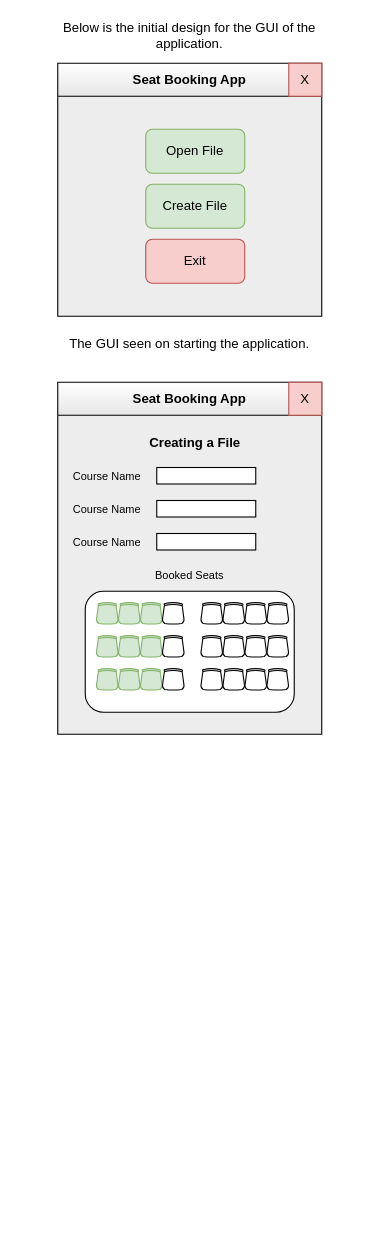
Above: GUI Mockup.drawio in AlenKrga/CourseBookingDFD (draw.io), before the change. Source tidied: cells renumbered, new cells numbered last; positions are measured from the earlier drawing's top-left corner, leaving out a move shared by most shapes. Both pictures are drawn from the tidied source at 110%, with x=0, y=0 at pixel (57, 19).
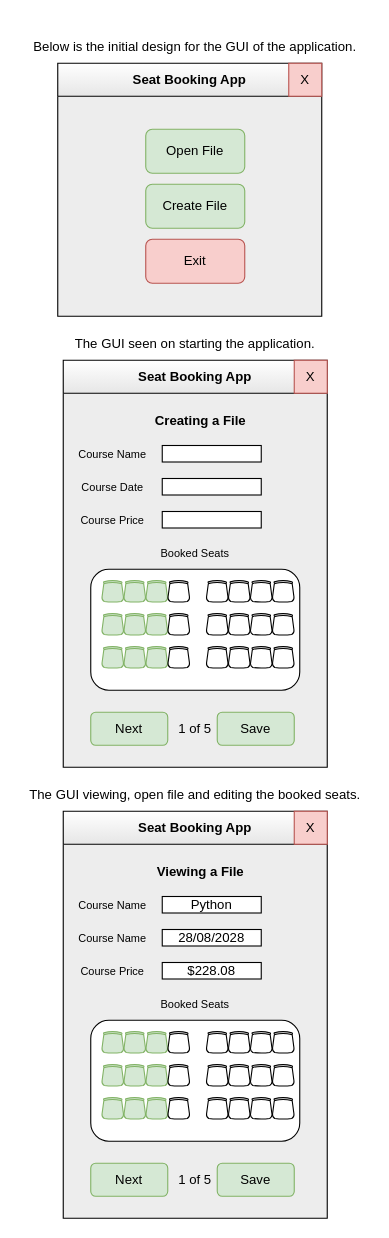
Above is the later version.

What changed in the source:
```diff
@@
     <mxCell id="7" value="Below is the initial design for the GUI of the application." style="text;html=1;strokeColor=none;fillColor=none;align=center;verticalAlign=middle;whiteSpace=wrap;rounded=0;" parent="1" vertex="1">
-      <mxGeometry width="240" height="30" as="geometry" />
+      <mxGeometry x="-25" y="10" width="300" height="30" as="geometry" />
     </mxCell>
     <mxCell id="8" value="Seat Booking App" style="swimlane;whiteSpace=wrap;html=1;startSize=30;gradientColor=#E6E6E6;fillColor=default;swimlaneFillColor=#EDEDED;gradientDirection=south;" parent="1" vertex="1">
-      <mxGeometry y="330" width="240" height="320" as="geometry" />
+      <mxGeometry x="5" y="310" width="240" height="370" as="geometry" />
     </mxCell>
@@
-    <mxCell id="12" value="&lt;font style=&quot;font-size: 10px;&quot;&gt;Course Name&lt;/font&gt;" style="text;html=1;strokeColor=none;fillColor=none;align=center;verticalAlign=middle;whiteSpace=wrap;rounded=0;" parent="8" vertex="1">
+    <mxCell id="12" value="&lt;font style=&quot;font-size: 10px;&quot;&gt;Course Date&lt;/font&gt;" style="text;html=1;strokeColor=none;fillColor=none;align=center;verticalAlign=middle;whiteSpace=wrap;rounded=0;" parent="8" vertex="1">
       <mxGeometry y="100" width="90" height="30" as="geometry" />
     </mxCell>
-    <mxCell id="13" value="&lt;font style=&quot;font-size: 10px;&quot;&gt;Course Name&lt;/font&gt;" style="text;html=1;strokeColor=none;fillColor=none;align=center;verticalAlign=middle;whiteSpace=wrap;rounded=0;" parent="8" vertex="1">
+    <mxCell id="13" value="&lt;font style=&quot;font-size: 10px;&quot;&gt;Course Price&lt;/font&gt;" style="text;html=1;strokeColor=none;fillColor=none;align=center;verticalAlign=middle;whiteSpace=wrap;rounded=0;" parent="8" vertex="1">
       <mxGeometry y="130" width="90" height="30" as="geometry" />
     </mxCell>
@@
+    <mxCell id="44" value="Next" style="rounded=1;whiteSpace=wrap;html=1;fillColor=#d5e8d4;strokeColor=#82b366;" parent="8" vertex="1">
+      <mxGeometry x="25" y="320" width="70" height="30" as="geometry" />
+    </mxCell>
+    <mxCell id="45" value="Save" style="rounded=1;whiteSpace=wrap;html=1;fillColor=#d5e8d4;strokeColor=#82b366;" parent="8" vertex="1">
+      <mxGeometry x="140" y="320" width="70" height="30" as="geometry" />
+    </mxCell>
+    <mxCell id="46" value="1 of 5" style="text;html=1;strokeColor=none;fillColor=none;align=center;verticalAlign=middle;whiteSpace=wrap;rounded=0;" parent="8" vertex="1">
+      <mxGeometry x="100" y="325" width="40" height="20" as="geometry" />
+    </mxCell>
     <mxCell id="43" value="The GUI seen on starting the application." style="text;html=1;strokeColor=none;fillColor=none;align=center;verticalAlign=middle;whiteSpace=wrap;rounded=0;" parent="1" vertex="1">
-      <mxGeometry y="280" width="240" height="30" as="geometry" />
+      <mxGeometry x="5" y="280" width="240" height="30" as="geometry" />
     </mxCell>
+    <mxCell id="47" value="Seat Booking App" style="swimlane;whiteSpace=wrap;html=1;startSize=30;gradientColor=#E6E6E6;fillColor=default;swimlaneFillColor=#EDEDED;gradientDirection=south;" parent="1" vertex="1">
+      <mxGeometry x="5" y="720" width="240" height="370" as="geometry" />
+    </mxCell>
+    <mxCell id="48" value="X" style="whiteSpace=wrap;html=1;fillColor=#f8cecc;strokeColor=#b85450;" parent="47" vertex="1">
+      <mxGeometry x="210" width="30" height="30" as="geometry" />
+    </mxCell>
+    <mxCell id="49" value="&lt;b&gt;Viewing a File&lt;/b&gt;" style="text;html=1;strokeColor=none;fillColor=none;align=center;verticalAlign=middle;whiteSpace=wrap;rounded=0;" parent="47" vertex="1">
+      <mxGeometry x="80" y="40" width="90" height="30" as="geometry" />
+    </mxCell>
+    <mxCell id="50" value="&lt;font style=&quot;font-size: 10px;&quot;&gt;Course Name&lt;/font&gt;" style="text;html=1;strokeColor=none;fillColor=none;align=center;verticalAlign=middle;whiteSpace=wrap;rounded=0;" parent="47" vertex="1">
+      <mxGeometry y="70" width="90" height="30" as="geometry" />
+    </mxCell>
+    <mxCell id="51" value="&lt;font style=&quot;font-size: 10px;&quot;&gt;Course Name&lt;/font&gt;" style="text;html=1;strokeColor=none;fillColor=none;align=center;verticalAlign=middle;whiteSpace=wrap;rounded=0;" parent="47" vertex="1">
+      <mxGeometry y="100" width="90" height="30" as="geometry" />
+    </mxCell>
+    <mxCell id="52" value="&lt;font style=&quot;font-size: 10px;&quot;&gt;Course Price&lt;/font&gt;" style="text;html=1;strokeColor=none;fillColor=none;align=center;verticalAlign=middle;whiteSpace=wrap;rounded=0;" parent="47" vertex="1">
+      <mxGeometry y="130" width="90" height="30" as="geometry" />
+    </mxCell>
+    <mxCell id="53" value="&lt;font style=&quot;font-size: 10px;&quot;&gt;Booked Seats&lt;/font&gt;" style="text;html=1;strokeColor=none;fillColor=none;align=center;verticalAlign=middle;whiteSpace=wrap;rounded=0;" parent="47" vertex="1">
+      <mxGeometry x="75" y="160" width="90" height="30" as="geometry" />
+    </mxCell>
+    <mxCell id="54" value="Python" style="rounded=0;whiteSpace=wrap;html=1;" parent="47" vertex="1">
+      <mxGeometry x="90" y="77.5" width="90" height="15" as="geometry" />
+    </mxCell>
+    <mxCell id="55" value="28/08/2028" style="rounded=0;whiteSpace=wrap;html=1;" parent="47" vertex="1">
+      <mxGeometry x="90" y="107.5" width="90" height="15" as="geometry" />
+    </mxCell>
+    <mxCell id="56" value="$228.08" style="rounded=0;whiteSpace=wrap;html=1;" parent="47" vertex="1">
+      <mxGeometry x="90" y="137.5" width="90" height="15" as="geometry" />
+    </mxCell>
+    <mxCell id="57" style="rounded=1;whiteSpace=wrap;html=1;" parent="47" vertex="1">
+      <mxGeometry x="25" y="190" width="190" height="110" as="geometry" />
+    </mxCell>
+    <mxCell id="58" style="verticalLabelPosition=bottom;html=1;verticalAlign=top;align=center;shape=mxgraph.floorplan.office_chair;fillColor=#d5e8d4;strokeColor=#82b366;" parent="47" vertex="1">
+      <mxGeometry x="35" y="200" width="20" height="20" as="geometry" />
+    </mxCell>
+    <mxCell id="59" style="verticalLabelPosition=bottom;html=1;verticalAlign=top;align=center;shape=mxgraph.floorplan.office_chair;fillColor=#d5e8d4;strokeColor=#82b366;" parent="47" vertex="1">
+      <mxGeometry x="55" y="200" width="20" height="20" as="geometry" />
+    </mxCell>
+    <mxCell id="60" style="verticalLabelPosition=bottom;html=1;verticalAlign=top;align=center;shape=mxgraph.floorplan.office_chair;fillColor=#d5e8d4;strokeColor=#82b366;" parent="47" vertex="1">
+      <mxGeometry x="75" y="200" width="20" height="20" as="geometry" />
+    </mxCell>
+    <mxCell id="61" style="verticalLabelPosition=bottom;html=1;verticalAlign=top;align=center;shape=mxgraph.floorplan.office_chair;" parent="47" vertex="1">
+      <mxGeometry x="95" y="200" width="20" height="20" as="geometry" />
+    </mxCell>
+    <mxCell id="62" style="verticalLabelPosition=bottom;html=1;verticalAlign=top;align=center;shape=mxgraph.floorplan.office_chair;" parent="47" vertex="1">
+      <mxGeometry x="130" y="200" width="20" height="20" as="geometry" />
+    </mxCell>
+    <mxCell id="63" style="verticalLabelPosition=bottom;html=1;verticalAlign=top;align=center;shape=mxgraph.floorplan.office_chair;" parent="47" vertex="1">
+      <mxGeometry x="150" y="200" width="20" height="20" as="geometry" />
+    </mxCell>
+    <mxCell id="64" style="verticalLabelPosition=bottom;html=1;verticalAlign=top;align=center;shape=mxgraph.floorplan.office_chair;" parent="47" vertex="1">
+      <mxGeometry x="170" y="200" width="20" height="20" as="geometry" />
+    </mxCell>
+    <mxCell id="65" style="verticalLabelPosition=bottom;html=1;verticalAlign=top;align=center;shape=mxgraph.floorplan.office_chair;" parent="47" vertex="1">
+      <mxGeometry x="190" y="200" width="20" height="20" as="geometry" />
+    </mxCell>
+    <mxCell id="66" style="verticalLabelPosition=bottom;html=1;verticalAlign=top;align=center;shape=mxgraph.floorplan.office_chair;fillColor=#d5e8d4;strokeColor=#82b366;" parent="47" vertex="1">
+      <mxGeometry x="35" y="230" width="20" height="20" as="geometry" />
+    </mxCell>
+    <mxCell id="67" style="verticalLabelPosition=bottom;html=1;verticalAlign=top;align=center;shape=mxgraph.floorplan.office_chair;fillColor=#d5e8d4;strokeColor=#82b366;" parent="47" vertex="1">
+      <mxGeometry x="55" y="230" width="20" height="20" as="geometry" />
+    </mxCell>
+    <mxCell id="68" style="verticalLabelPosition=bottom;html=1;verticalAlign=top;align=center;shape=mxgraph.floorplan.office_chair;fillColor=#d5e8d4;strokeColor=#82b366;" parent="47" vertex="1">
+      <mxGeometry x="75" y="230" width="20" height="20" as="geometry" />
+    </mxCell>
+    <mxCell id="69" style="verticalLabelPosition=bottom;html=1;verticalAlign=top;align=center;shape=mxgraph.floorplan.office_chair;" parent="47" vertex="1">
+      <mxGeometry x="95" y="230" width="20" height="20" as="geometry" />
+    </mxCell>
+    <mxCell id="70" style="verticalLabelPosition=bottom;html=1;verticalAlign=top;align=center;shape=mxgraph.floorplan.office_chair;" parent="47" vertex="1">
+      <mxGeometry x="130" y="230" width="20" height="20" as="geometry" />
+    </mxCell>
+    <mxCell id="71" style="verticalLabelPosition=bottom;html=1;verticalAlign=top;align=center;shape=mxgraph.floorplan.office_chair;" parent="47" vertex="1">
+      <mxGeometry x="150" y="230" width="20" height="20" as="geometry" />
+    </mxCell>
+    <mxCell id="72" style="verticalLabelPosition=bottom;html=1;verticalAlign=top;align=center;shape=mxgraph.floorplan.office_chair;" parent="47" vertex="1">
+      <mxGeometry x="170" y="230" width="20" height="20" as="geometry" />
+    </mxCell>
+    <mxCell id="73" style="verticalLabelPosition=bottom;html=1;verticalAlign=top;align=center;shape=mxgraph.floorplan.office_chair;" parent="47" vertex="1">
+      <mxGeometry x="190" y="230" width="20" height="20" as="geometry" />
+    </mxCell>
+    <mxCell id="74" style="verticalLabelPosition=bottom;html=1;verticalAlign=top;align=center;shape=mxgraph.floorplan.office_chair;fillColor=#d5e8d4;strokeColor=#82b366;" parent="47" vertex="1">
+      <mxGeometry x="35" y="260" width="20" height="20" as="geometry" />
+    </mxCell>
+    <mxCell id="75" style="verticalLabelPosition=bottom;html=1;verticalAlign=top;align=center;shape=mxgraph.floorplan.office_chair;fillColor=#d5e8d4;strokeColor=#82b366;" parent="47" vertex="1">
+      <mxGeometry x="55" y="260" width="20" height="20" as="geometry" />
+    </mxCell>
+    <mxCell id="76" style="verticalLabelPosition=bottom;html=1;verticalAlign=top;align=center;shape=mxgraph.floorplan.office_chair;fillColor=#d5e8d4;strokeColor=#82b366;" parent="47" vertex="1">
+      <mxGeometry x="75" y="260" width="20" height="20" as="geometry" />
+    </mxCell>
+    <mxCell id="77" style="verticalLabelPosition=bottom;html=1;verticalAlign=top;align=center;shape=mxgraph.floorplan.office_chair;" parent="47" vertex="1">
+      <mxGeometry x="95" y="260" width="20" height="20" as="geometry" />
+    </mxCell>
+    <mxCell id="78" style="verticalLabelPosition=bottom;html=1;verticalAlign=top;align=center;shape=mxgraph.floorplan.office_chair;" parent="47" vertex="1">
+      <mxGeometry x="130" y="260" width="20" height="20" as="geometry" />
+    </mxCell>
+    <mxCell id="79" style="verticalLabelPosition=bottom;html=1;verticalAlign=top;align=center;shape=mxgraph.floorplan.office_chair;" parent="47" vertex="1">
+      <mxGeometry x="150" y="260" width="20" height="20" as="geometry" />
+    </mxCell>
+    <mxCell id="80" style="verticalLabelPosition=bottom;html=1;verticalAlign=top;align=center;shape=mxgraph.floorplan.office_chair;" parent="47" vertex="1">
+      <mxGeometry x="170" y="260" width="20" height="20" as="geometry" />
+    </mxCell>
+    <mxCell id="81" style="verticalLabelPosition=bottom;html=1;verticalAlign=top;align=center;shape=mxgraph.floorplan.office_chair;" parent="47" vertex="1">
+      <mxGeometry x="190" y="260" width="20" height="20" as="geometry" />
+    </mxCell>
+    <mxCell id="82" value="Next" style="rounded=1;whiteSpace=wrap;html=1;fillColor=#d5e8d4;strokeColor=#82b366;" parent="47" vertex="1">
+      <mxGeometry x="25" y="320" width="70" height="30" as="geometry" />
+    </mxCell>
+    <mxCell id="83" value="Save" style="rounded=1;whiteSpace=wrap;html=1;fillColor=#d5e8d4;strokeColor=#82b366;" parent="47" vertex="1">
+      <mxGeometry x="140" y="320" width="70" height="30" as="geometry" />
+    </mxCell>
+    <mxCell id="84" value="1 of 5" style="text;html=1;strokeColor=none;fillColor=none;align=center;verticalAlign=middle;whiteSpace=wrap;rounded=0;" parent="47" vertex="1">
+      <mxGeometry x="100" y="325" width="40" height="20" as="geometry" />
+    </mxCell>
+    <mxCell id="85" value="The GUI viewing, open file and editing the booked seats." style="text;html=1;strokeColor=none;fillColor=none;align=center;verticalAlign=middle;whiteSpace=wrap;rounded=0;" parent="1" vertex="1">
+      <mxGeometry x="-35" y="690" width="320" height="30" as="geometry" />
+    </mxCell>
```
